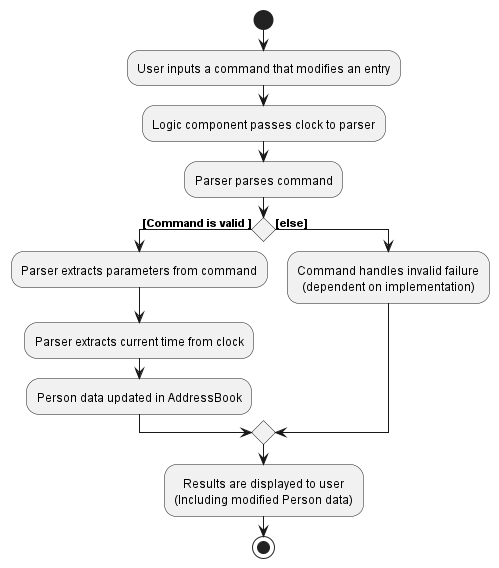
The PlantUML diagram docs/images/LastModifiedDateTimeActivityDiagram.png in xavierpok/tp, before a commit.
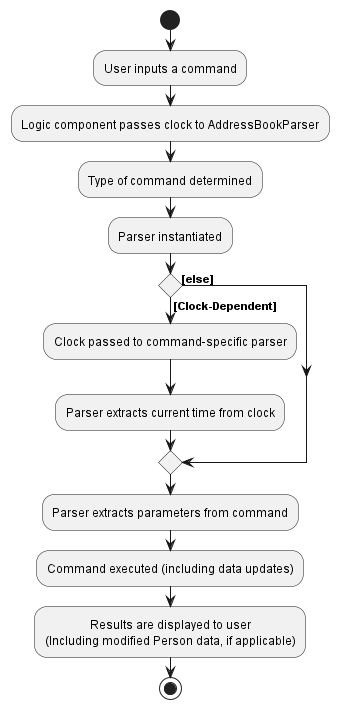
After the commit.

Commit message:
Make better lastmodified diagram

Diff of the diagram source:
```diff
@@ -2,26 +2,28 @@
 !include style.puml
 
 start
-:User inputs a command that modifies an entry;
+:User inputs a command;
 
-:Logic component passes clock to parser;
+:Logic component passes clock to AddressBookParser;
 
-:Parser parses command;
+:Type of command determined;
 
-If () then ([Command is valid ])
+:Parser instantiated;
+
+If () then ([Clock-Dependent])
+
+:Clock passed to command-specific parser;
+
+:Parser extracts current time from clock;
+
+
+else ([else])
+endif
 
 :Parser extracts parameters from command;
-:Parser extracts current time from clock;
-:Person data updated in AddressBook;
-
-else ([else])
-    :Command handles invalid failure
-    (dependent on implementation);
-
-endif
-
+:Command executed (including data updates);
 :Results are displayed to user
-(Including modified Person data);
+(Including modified Person data, if applicable);
 
 stop
 @enduml
```
